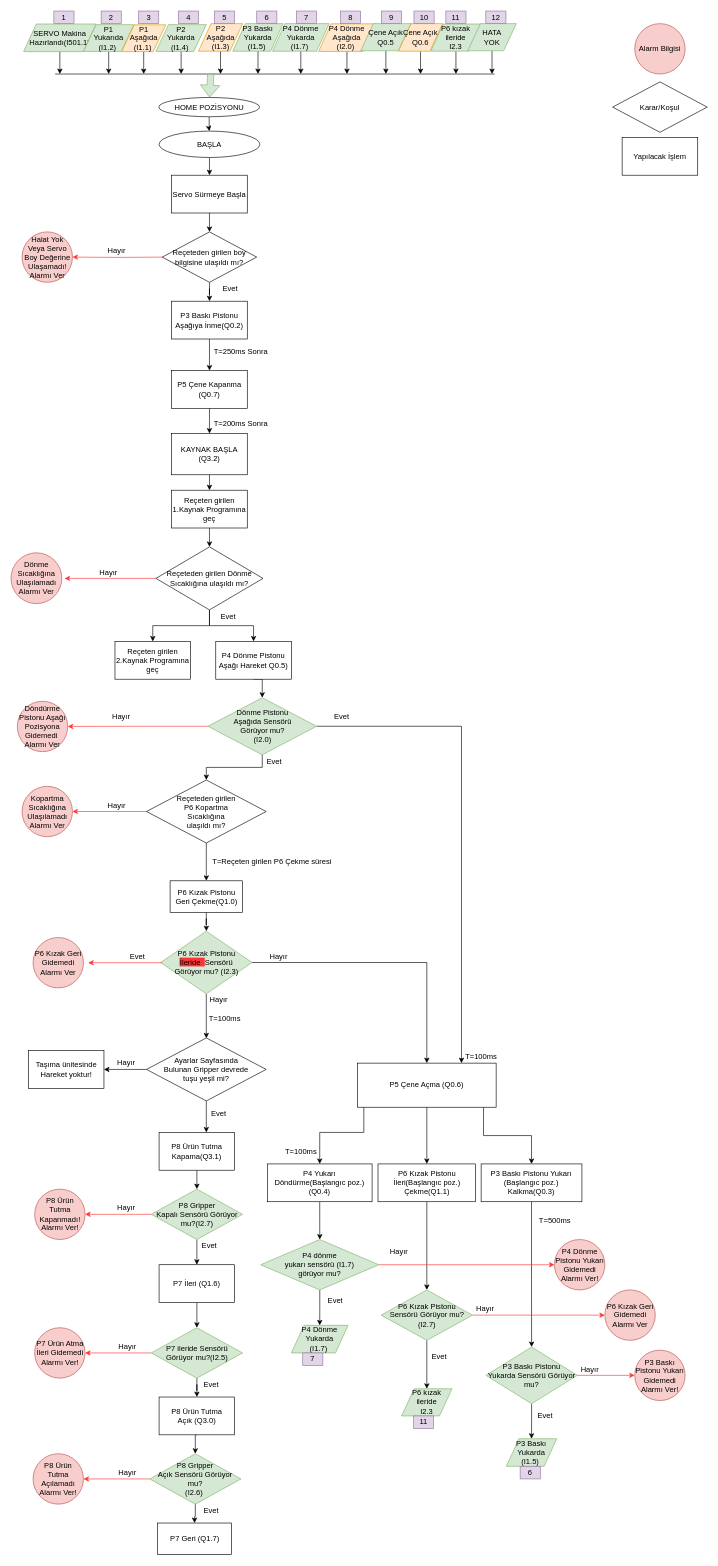
The draw.io diagram Untitled Diagram.drawio in cemreakz/Cemre_FlowChartsOfMachine, before the edit. Source tidied: cells renumbered, new cells numbered last; positions are measured from the earlier drawing's top-left corner, leaving out a move shared by most shapes. Both pictures are drawn from the tidied source at 63%, with x=0, y=0 at pixel (11, 11).
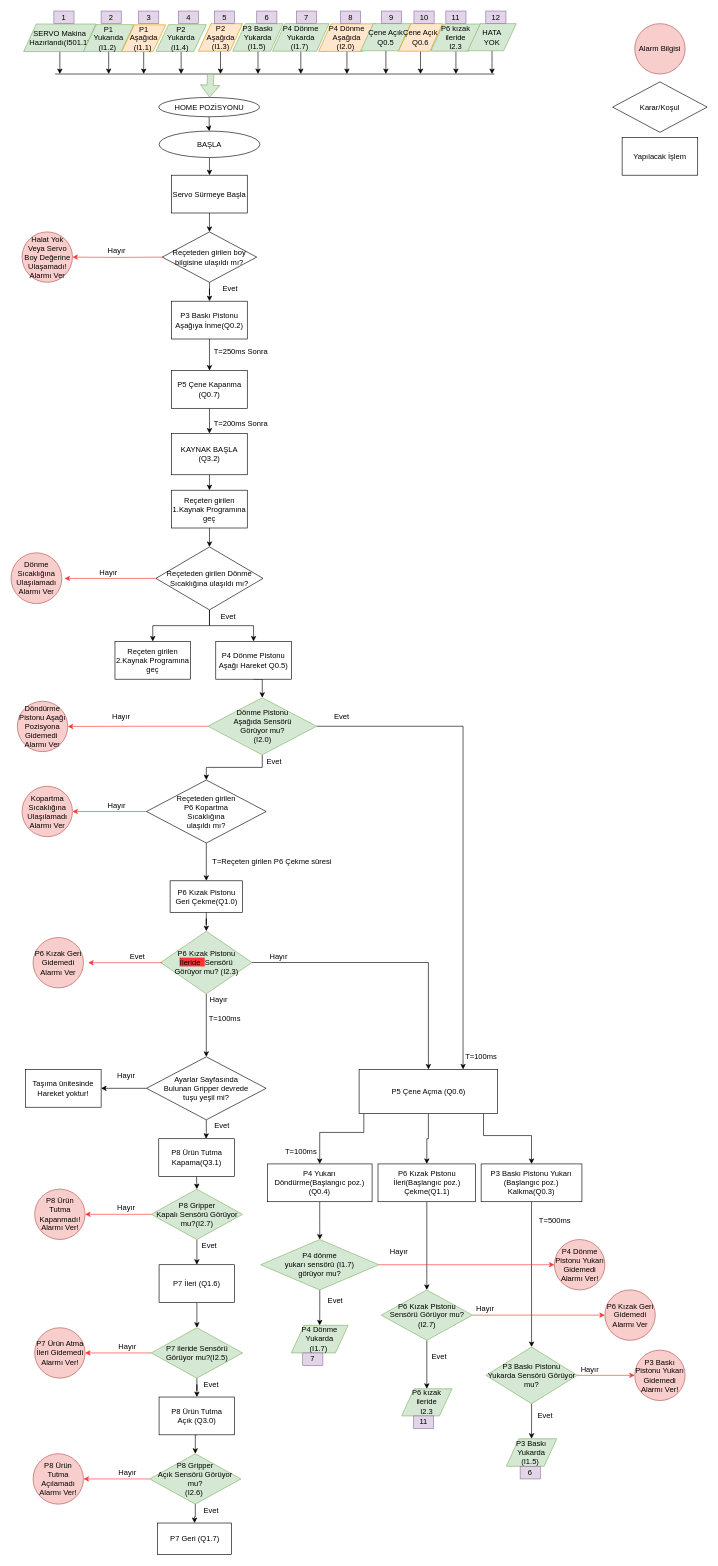
The same diagram, later.

The change refers to these unchanged cells:
```xml
<mxCell id="46" value="P6 Kızak Pistonu &lt;br&gt;&lt;span style=&quot;background-color: rgb(255 , 51 , 51)&quot;&gt;İleride&amp;nbsp; &lt;/span&gt;Sensörü &lt;br&gt;Görüyor mu? (I2.3)" style="rhombus;whiteSpace=wrap;html=1;fillColor=#d5e8d4;strokeColor=#82b366;" parent="1" vertex="1">
  <mxGeometry x="237.5" y="1460.6" width="145" height="99.4" as="geometry" />
</mxCell>
```

Diff of the diagram source:
```diff
@@
-    <mxCell id="45" style="edgeStyle=orthogonalEdgeStyle;rounded=0;jettySize=auto;html=1;" parent="1" edge="1" source="46">
-      <mxGeometry relative="1" as="geometry">
-        <mxPoint x="310" y="1630.6" as="targetPoint" />
-      </mxGeometry>
+    <mxCell id="45" style="edgeStyle=orthogonalEdgeStyle;rounded=0;jettySize=auto;html=1;entryX=0.5;entryY=0;entryDx=0;entryDy=0;" parent="1" edge="1" source="46" target="115">
+      <mxGeometry relative="1" as="geometry" />
     </mxCell>
@@
     <mxCell id="51" value="P5 Çene Açma (Q0.6)" style="rounded=0;whiteSpace=wrap;html=1;" parent="1" vertex="1">
-      <mxGeometry x="550" y="1670" width="220" height="70" as="geometry" />
+      <mxGeometry x="552.5" y="1680" width="220" height="70" as="geometry" />
     </mxCell>
@@
     <mxCell id="98" value="P8 Ürün Tutma Kapama(Q3.1)" style="rounded=0;whiteSpace=wrap;html=1;" parent="1" vertex="1">
-      <mxGeometry x="235" y="1780" width="120" height="60" as="geometry" />
+      <mxGeometry x="234.5" y="1790" width="120" height="60" as="geometry" />
     </mxCell>
@@
     <mxCell id="115" value="Ayarlar Sayfasında &lt;br&gt;Bulunan Gripper devrede &lt;br&gt;tuşu yeşil mi?" style="rhombus;whiteSpace=wrap;html=1;" parent="1" vertex="1">
-      <mxGeometry x="215" y="1630" width="190" height="100" as="geometry" />
+      <mxGeometry x="215" y="1660" width="190" height="100" as="geometry" />
     </mxCell>
     <mxCell id="116" value="Evet" style="text;html=1;strokeColor=none;fillColor=none;align=center;verticalAlign=middle;whiteSpace=wrap;rounded=0;" parent="1" vertex="1">
-      <mxGeometry x="310" y="1740" width="40" height="20" as="geometry" />
+      <mxGeometry x="315" y="1760" width="40" height="20" as="geometry" />
     </mxCell>
     <mxCell id="117" value="Hayır" style="text;html=1;strokeColor=none;fillColor=none;align=center;verticalAlign=middle;whiteSpace=wrap;rounded=0;" parent="1" vertex="1">
-      <mxGeometry x="162.5" y="1660" width="40" height="20" as="geometry" />
+      <mxGeometry x="162.5" y="1680" width="40" height="20" as="geometry" />
     </mxCell>
     <mxCell id="118" value="Taşıma ünitesinde Hareket yoktur!" style="rounded=0;whiteSpace=wrap;html=1;" parent="1" vertex="1">
-      <mxGeometry x="27.5" y="1650" width="120" height="60" as="geometry" />
+      <mxGeometry x="23" y="1680" width="120" height="60" as="geometry" />
     </mxCell>
```
